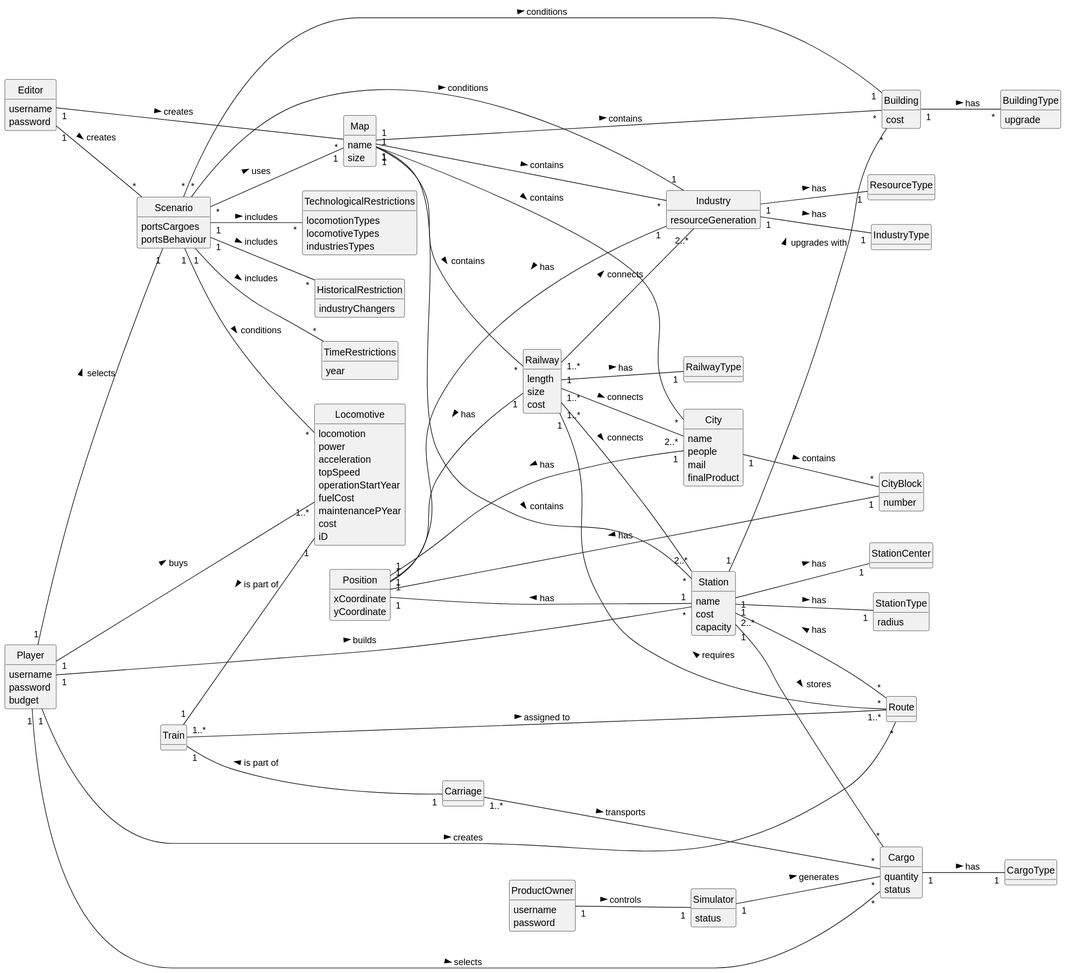
Earlier version of the PlantUML export Sprint2/global-artifacts/02.analysis/svg/DM.svg (1240935/pi2-railway-simulator).
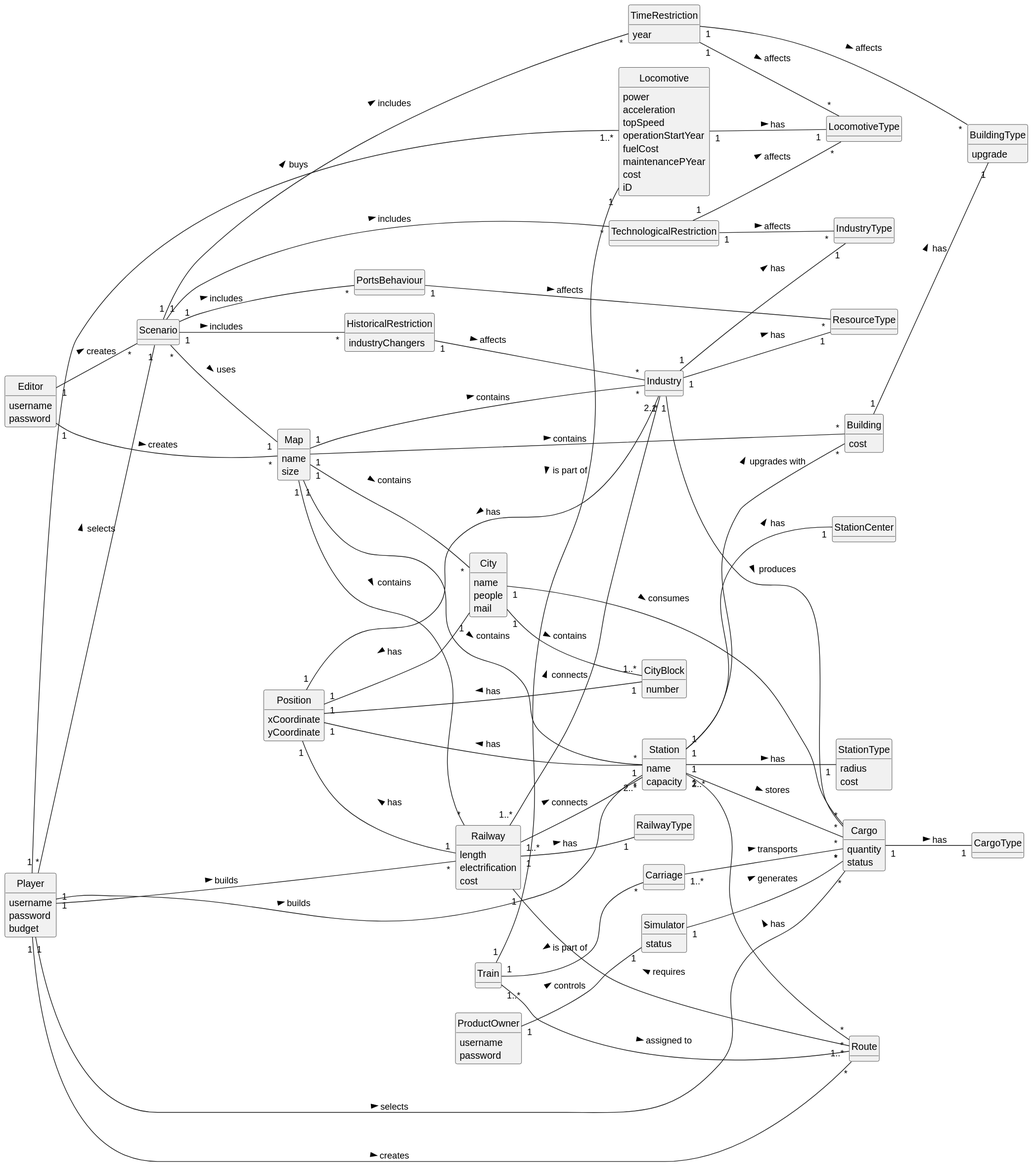
Above is the later version.

The edit, as a diff of the source:
```diff
@@ -31,7 +31,6 @@
 
 class Station {
     name
-    cost
     capacity
 }
 
@@ -40,6 +39,7 @@
 
 class StationType{
     radius
+    cost
 }
 
 class Building {
@@ -51,7 +51,6 @@
 }
 
 class Industry {
-    resourceGeneration
 }
 
 class IndustryType{
@@ -61,15 +60,12 @@
 }
 
 class Scenario {
-    portsCargoes
-    portsBehaviour
 }
 
 class City {
     name
     people
     mail
-    finalProduct
 }
 
 class CityBlock{
@@ -78,7 +74,7 @@
 
 class Railway{
     length
-    size
+    electrification
     cost
 }
 
@@ -94,7 +90,6 @@
 }
 
 class Locomotive {
-    locomotion
     power
     acceleration
     topSpeed
@@ -103,6 +98,9 @@
     maintenancePYear
     cost
     iD
+}
+
+class LocomotiveType{
 }
 
 class Route {
@@ -127,59 +125,85 @@
     industryChangers
 }
 
-class TimeRestrictions{
+class TimeRestriction{
     year
 }
 
-class TechnologicalRestrictions{
-    locomotionTypes
-    locomotiveTypes
-    industriesTypes
+class TechnologicalRestriction{
 }
+
+class PortsBehaviour{
+}
+
 
 Editor "1" -- "*" Map : creates >
 Editor "1" -- "*" Scenario : creates >
-Player "1" -- "1" Scenario : selects >
+
+Player "*" -- "1" Scenario : selects >
 Player "1" -- "*" Station : builds >
 Player "1" -- "*" Route : creates >
+Player "1" -- "*" Railway : builds >
 Player "1" -- "*"  Cargo : selects >
 Player "1" -- "1..*" Locomotive : buys >
+
 ProductOwner "1" -- "1" Simulator: controls >
+Simulator "1" -- "*" Cargo: generates >
+
 Map "1" -- "*" Station : contains >
 Map "1" -- "*" Industry : contains >
 Map "1" -- "*" City : contains >
 Map "1" -- "*" Railway: contains >
 Map "1" -- "*" Building: contains >
+
 Position "1" -- "1" City: has <
 Position "1" -- "1" Industry: has <
 Position "1" -- "1" Station: has <
 Position "1" -- "1" Railway: has <
 Position "1" -- "1" CityBlock: has <
-City "1" -- "*" CityBlock: contains >
+
+City "1" -- "1..*" CityBlock: contains >
+City "1" -- "*" Cargo: consumes >
+
 Industry "1" -- "1" IndustryType: has >
 Industry "1" -- "1" ResourceType: has >
+Industry "1" -- "*" Cargo: produces >
+
 Scenario "*" -- "1" Map : uses >
-Scenario "*" -- "1" Industry: conditions >
-Scenario "*" -- "1" Building: conditions >
-Scenario "1" -- "*" Locomotive: conditions >
 Scenario "1" -- "*" HistoricalRestriction: includes >
-Scenario "1" -- "*" TechnologicalRestrictions: includes >
-Scenario "1" -- "*" TimeRestrictions: includes >
-Simulator "1" -- "*" Cargo: generates >
+Scenario "1" -- "*" TechnologicalRestriction: includes >
+Scenario "1" -- "*" TimeRestriction: includes >
+Scenario "1" -- "*" PortsBehaviour: includes >
+
+HistoricalRestriction "1" -- "*" Industry: affects >
+
+TimeRestriction "1" -- "*" BuildingType: affects >
+TimeRestriction "1" -- "*" LocomotiveType: affects >
+
+TechnologicalRestriction "1" -- "*" LocomotiveType: affects >
+TechnologicalRestriction "1" -- "*" IndustryType: affects >
+
+PortsBehaviour "1" -- "*" ResourceType: affects >
+
 Station "1" -- "*" Building : upgrades with >
-Building "1" -- "*" BuildingType : has >
 Station "1" -- "*" Cargo : stores >
 Station "2..*" -- "*" Route: has <
 Station "1" -- "1" StationType: has >
 Station "1" -- "1" StationCenter: has >
+
+Building "1" -- "1" BuildingType : has >
+
+Train "1" -- "1" Locomotive: is part of <
+Train "1" -- "*" Carriage: is part of <
 Train "1..*" -- "*" Route : assigned to >
+
+Locomotive "1" -- "1" LocomotiveType: has >
+
+Carriage "1..*" -- "*" Cargo: transports >
+
 Railway "1" -- "1..*" Route: requires <
-Railway "1..*" -- "2..*" City : connects >
 Railway "1..*" -- "2..*" Industry : connects >
 Railway "1..*" -- "2..*" Station : connects >
 Railway "1" -- "1" RailwayType: has >
-Train "1" -- "1" Locomotive: is part of <
-Train "1" -- "1" Carriage: is part of <
-Carriage "1..*" -- "*" Cargo: transports >
+
 Cargo "1" -- "1" CargoType: has >
 @enduml
```
